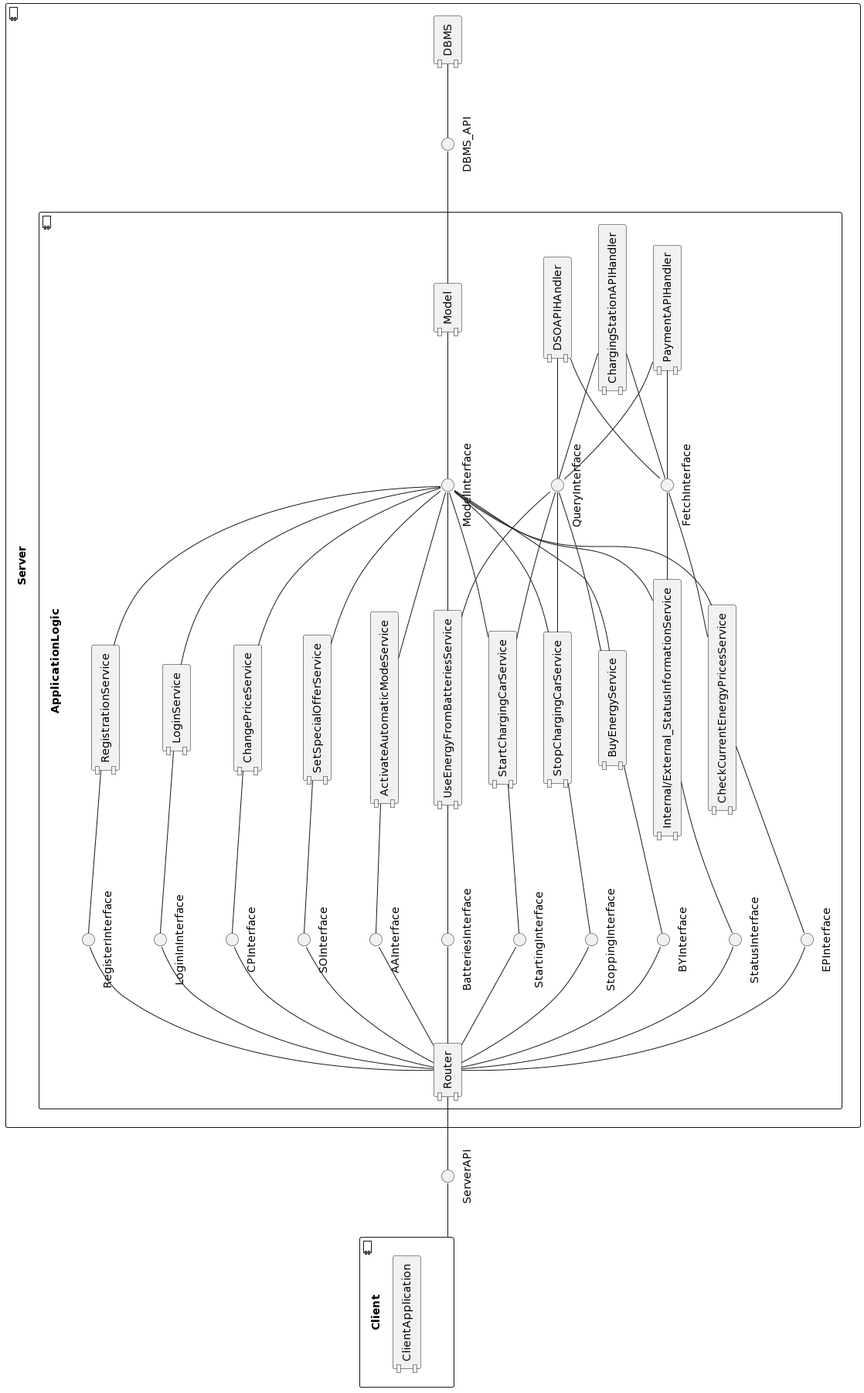
Before: DD/ComponentView_CPMS.png, a diagram exported from PlantUML (febagni/AzankBagniWolff).
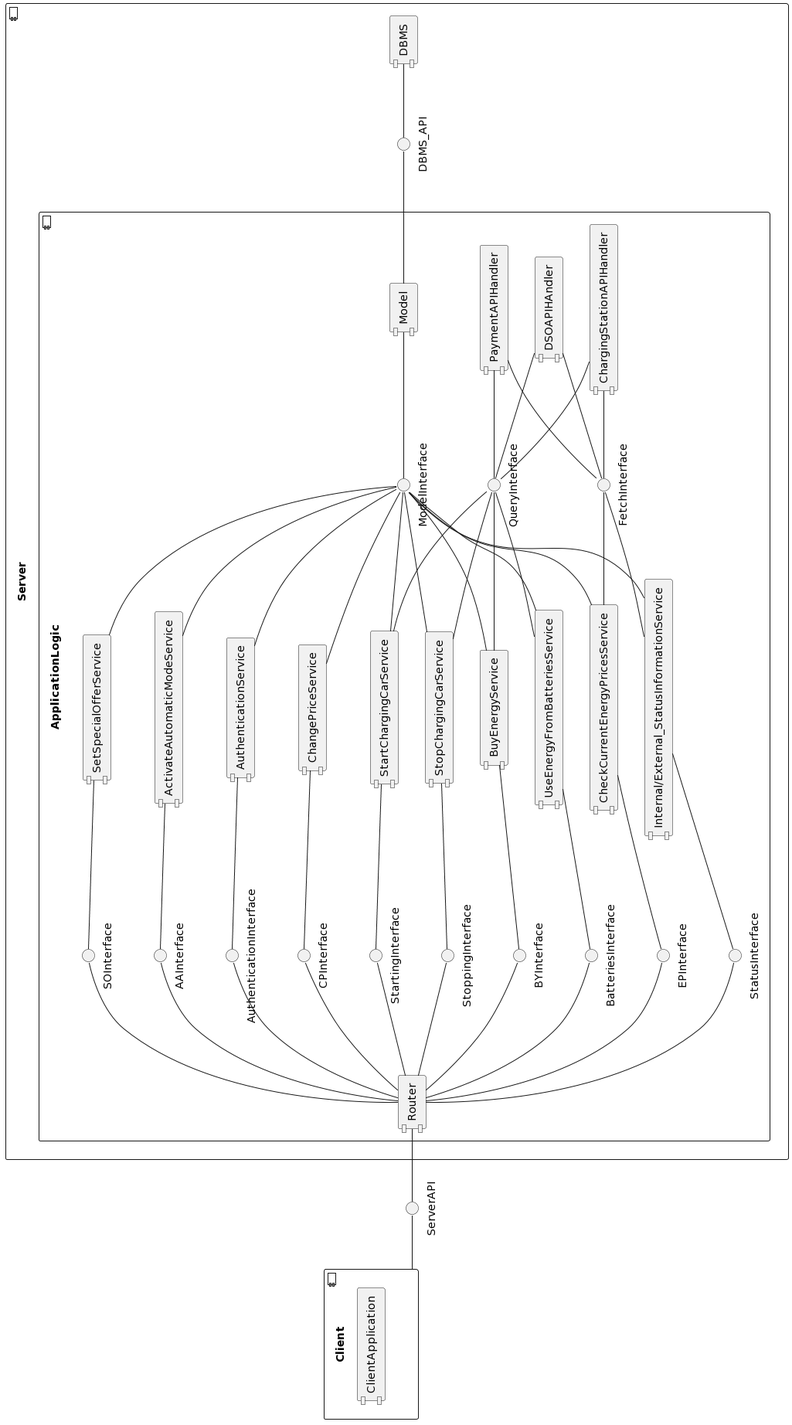
The same file after the commit.

What changed in the source:
```diff
@@ -14,8 +14,7 @@
 () "DBMS_API"
 component "ApplicationLogic"{
 component "Router" as R
-component "LoginService"
-component "RegistrationService"
+component "AuthenticationService"
 component "Model"
 component "ChangePriceService"
 component "SetSpecialOfferService"
@@ -31,8 +30,7 @@
 component "DSOAPIHAndler"
 
 
-() "LoginInInterface"
-() "RegisterInterface"
+() "AuthenticationInterface"
 () "ModelInterface"
 () "FetchInterface"
 () "QueryInterface"
@@ -54,13 +52,10 @@
 
 Client -down- SI
 SI -down- R
-R -- "LoginInInterface"
-R -- "RegisterInterface"
+R -- "AuthenticationInterface"
 
-"LoginInInterface" -d- "LoginService"
-"RegisterInterface" -- "RegistrationService"
-"LoginService" -- "ModelInterface"
-"RegistrationService" -- "ModelInterface"
+"AuthenticationInterface" -d- "AuthenticationService"
+"AuthenticationService" -- "ModelInterface"
 "ModelInterface" -- "Model"
 "Model" -- "DBMS_API"
 "DBMS_API" -- DB
```
